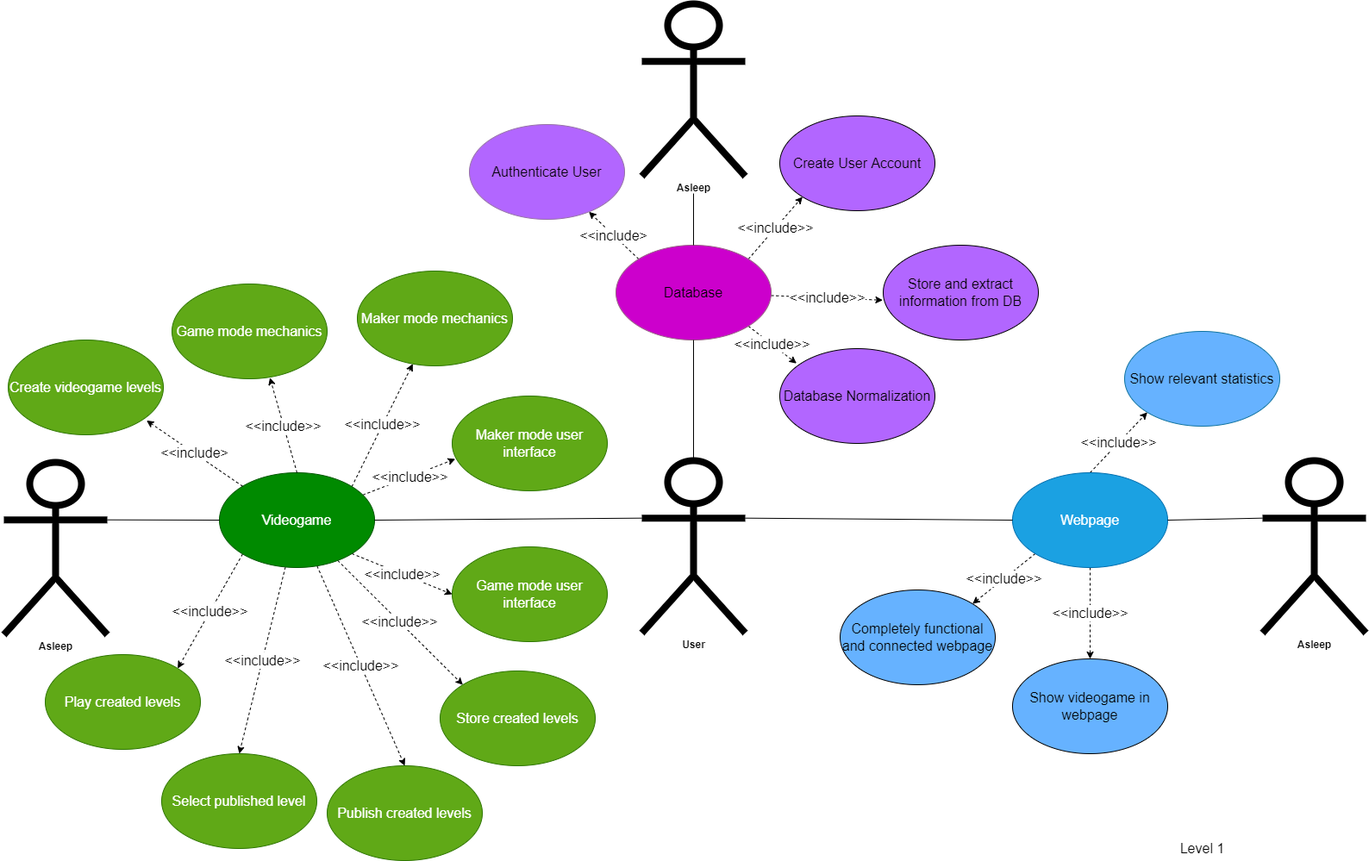
sebasgonvitec/TC2005B_Equipo3 keeps this draw.io diagram as Esp Req/diagramas/CasosUso.drawio.png. Above is the earlier version. Source tidied: cells renumbered, new cells last; positions are measured from the earlier drawing's top-left corner, leaving out a move shared by most shapes.
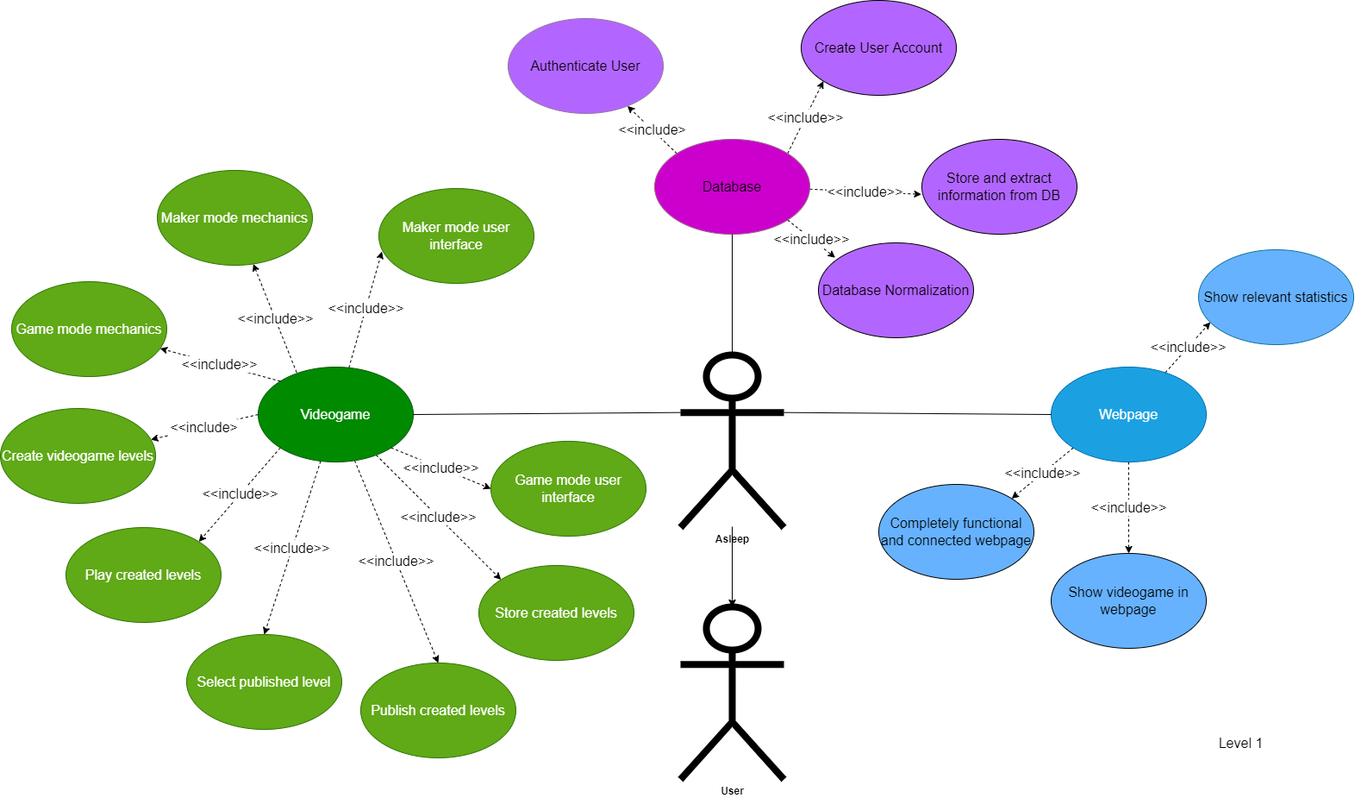
Later version of the same file.

Commit message:
Corrección diagrama

What changed in the source:
```diff
@@ -2,12 +2,15 @@
   <root>
     <mxCell id="0" />
     <mxCell id="1" parent="0" />
+    <mxCell id="48" style="edgeStyle=none;html=1;" parent="1" edge="1" source="2" target="50">
+      <mxGeometry relative="1" as="geometry" />
+    </mxCell>
+    <mxCell id="49" style="edgeStyle=none;html=1;" parent="1" edge="1" source="2" target="50">
+      <mxGeometry relative="1" as="geometry" />
+    </mxCell>
-    <mxCell id="2" value="&lt;b&gt;&lt;font color=&quot;#000000&quot;&gt;User&lt;/font&gt;&lt;/b&gt;" style="shape=umlActor;html=1;verticalLabelPosition=bottom;verticalAlign=top;align=center;strokeWidth=8;strokeColor=#000000;fillColor=#FFFFFF;" parent="1" vertex="1">
+    <mxCell id="2" value="&lt;b&gt;&lt;font color=&quot;#000000&quot;&gt;Asleep&lt;br&gt;&lt;br&gt;&lt;/font&gt;&lt;/b&gt;" style="shape=umlActor;html=1;verticalLabelPosition=bottom;verticalAlign=top;align=center;strokeWidth=8;strokeColor=#000000;fillColor=#FFFFFF;" parent="1" vertex="1">
       <mxGeometry x="740" y="530" width="120" height="200" as="geometry" />
     </mxCell>
-    <mxCell id="3" value="&lt;font color=&quot;#000000&quot;&gt;&lt;b&gt;Asleep&lt;/b&gt;&lt;/font&gt;" style="shape=umlActor;html=1;verticalLabelPosition=bottom;verticalAlign=top;align=center;strokeWidth=8;strokeColor=#000000;fillColor=#FFFFFF;" parent="1" vertex="1">
-      <mxGeometry y="532" width="120" height="200" as="geometry" />
-    </mxCell>
     <mxCell id="4" value="&lt;font color=&quot;#000000&quot; style=&quot;background-color: rgb(255 , 255 , 255)&quot;&gt;&amp;lt;&amp;lt;include&amp;gt;&lt;/font&gt;" style="edgeStyle=none;html=1;exitX=0;exitY=0;exitDx=0;exitDy=0;dashed=1;fontSize=16;strokeColor=#000000;" parent="1" edge="1" source="8" target="41">
       <mxGeometry relative="1" as="geometry" />
     </mxCell>
@@ -29,13 +32,13 @@
     <mxCell id="10" value="&lt;font color=&quot;#000000&quot; style=&quot;background-color: rgb(255 , 255 , 255)&quot;&gt;&amp;lt;&amp;lt;include&amp;gt;&amp;gt;&lt;/font&gt;" style="edgeStyle=none;html=1;entryX=0.5;entryY=0;entryDx=0;entryDy=0;dashed=1;fontSize=16;strokeColor=#000000;" parent="1" edge="1" source="12" target="46">
       <mxGeometry relative="1" as="geometry" />
     </mxCell>
-    <mxCell id="11" value="&lt;font color=&quot;#000000&quot; style=&quot;background-color: rgb(255 , 255 , 255)&quot;&gt;&amp;lt;&amp;lt;include&amp;gt;&amp;gt;&lt;/font&gt;" style="edgeStyle=none;html=1;exitX=0.5;exitY=0;exitDx=0;exitDy=0;entryX=0;entryY=1;entryDx=0;entryDy=0;dashed=1;fontSize=16;strokeColor=#000000;" parent="1" edge="1" source="12" target="47">
+    <mxCell id="11" value="&lt;font color=&quot;#000000&quot; style=&quot;background-color: rgb(255 , 255 , 255)&quot;&gt;&amp;lt;&amp;lt;include&amp;gt;&amp;gt;&lt;/font&gt;" style="edgeStyle=none;html=1;entryX=0.076;entryY=0.764;entryDx=0;entryDy=0;dashed=1;fontSize=16;strokeColor=#000000;entryPerimeter=0;" parent="1" edge="1" source="12" target="47">
       <mxGeometry relative="1" as="geometry" />
     </mxCell>
     <mxCell id="12" value="&lt;font style=&quot;font-size: 16px&quot;&gt;Webpage&lt;/font&gt;" style="ellipse;whiteSpace=wrap;html=1;fillColor=#1ba1e2;strokeColor=#006EAF;fontColor=#ffffff;" parent="1" vertex="1">
       <mxGeometry x="1170" y="544" width="180" height="110" as="geometry" />
     </mxCell>
-    <mxCell id="13" value="&lt;font color=&quot;#000000&quot; style=&quot;background-color: rgb(255 , 255 , 255)&quot;&gt;&amp;lt;&amp;lt;include&amp;gt;&amp;gt;&lt;/font&gt;" style="edgeStyle=none;html=1;exitX=1;exitY=0;exitDx=0;exitDy=0;dashed=1;fontSize=16;strokeColor=#000000;" parent="1" edge="1" source="20" target="31">
+    <mxCell id="13" value="&lt;font color=&quot;#000000&quot; style=&quot;background-color: rgb(255 , 255 , 255)&quot;&gt;&amp;lt;&amp;lt;include&amp;gt;&amp;gt;&lt;/font&gt;" style="edgeStyle=none;html=1;exitX=0.248;exitY=0.057;exitDx=0;exitDy=0;dashed=1;fontSize=16;strokeColor=#000000;exitPerimeter=0;" parent="1" edge="1" source="20" target="31">
       <mxGeometry relative="1" as="geometry" />
     </mxCell>
     <mxCell id="14" value="&lt;font color=&quot;#000000&quot; style=&quot;background-color: rgb(255 , 255 , 255)&quot;&gt;&amp;lt;&amp;lt;include&amp;gt;&amp;gt;&lt;/font&gt;" style="edgeStyle=none;html=1;entryX=0.02;entryY=0.664;entryDx=0;entryDy=0;entryPerimeter=0;dashed=1;fontSize=16;strokeColor=#000000;" parent="1" edge="1" source="20" target="33">
@@ -62,12 +65,6 @@
     <mxCell id="21" value="&lt;font style=&quot;font-size: 16px&quot;&gt;&lt;font color=&quot;#000000&quot;&gt;Level 1&lt;/font&gt;&lt;br&gt;&lt;/font&gt;" style="text;html=1;align=center;verticalAlign=middle;strokeColor=none;fillColor=none;fontSize=14;" parent="1" vertex="1">
       <mxGeometry x="1355" y="970" width="70" height="20" as="geometry" />
     </mxCell>
-    <mxCell id="22" value="&lt;font color=&quot;#000000&quot;&gt;&lt;b&gt;Asleep&lt;/b&gt;&lt;/font&gt;" style="shape=umlActor;html=1;verticalLabelPosition=bottom;verticalAlign=top;align=center;strokeWidth=8;strokeColor=#000000;fillColor=#FFFFFF;" parent="1" vertex="1">
-      <mxGeometry x="740" width="120" height="200" as="geometry" />
-    </mxCell>
-    <mxCell id="23" value="&lt;b&gt;&lt;font color=&quot;#000000&quot;&gt;Asleep&lt;/font&gt;&lt;/b&gt;" style="shape=umlActor;html=1;verticalLabelPosition=bottom;verticalAlign=top;align=center;strokeWidth=8;strokeColor=#000000;fillColor=#FFFFFF;" parent="1" vertex="1">
-      <mxGeometry x="1460" y="530" width="120" height="200" as="geometry" />
-    </mxCell>
     <mxCell id="24" style="endArrow=none;html=1;entryX=0.5;entryY=1;entryDx=0;entryDy=0;exitX=0.5;exitY=0;exitDx=0;exitDy=0;exitPerimeter=0;strokeColor=#000000;" parent="1" edge="1" source="2" target="8">
       <mxGeometry relative="1" as="geometry" />
     </mxCell>
@@ -77,28 +74,17 @@
     <mxCell id="26" style="endArrow=none;html=1;exitX=1;exitY=0.3333333333333333;exitDx=0;exitDy=0;exitPerimeter=0;entryX=0;entryY=0.5;entryDx=0;entryDy=0;strokeColor=#000000;" parent="1" edge="1" source="2" target="12">
       <mxGeometry relative="1" as="geometry" />
     </mxCell>
-    <mxCell id="27" style="endArrow=none;html=1;exitX=1;exitY=0.3333333333333333;exitDx=0;exitDy=0;exitPerimeter=0;entryX=0;entryY=0.5;entryDx=0;entryDy=0;strokeColor=#000000;" parent="1" edge="1" source="3" target="20">
-      <mxGeometry relative="1" as="geometry" />
-    </mxCell>
-    <mxCell id="28" style="endArrow=none;html=1;exitX=1;exitY=0.5;exitDx=0;exitDy=0;entryX=0;entryY=0.3333333333333333;entryDx=0;entryDy=0;entryPerimeter=0;strokeColor=#000000;" parent="1" edge="1" source="12" target="23">
-      <mxGeometry relative="1" as="geometry" />
-    </mxCell>
-    <mxCell id="29" style="endArrow=none;html=1;exitX=0.5;exitY=0;exitDx=0;exitDy=0;strokeColor=#000000;" parent="1" edge="1" source="8">
-      <mxGeometry relative="1" as="geometry">
-        <mxPoint x="800" y="220" as="targetPoint" />
-      </mxGeometry>
-    </mxCell>
     <mxCell id="30" value="&lt;font style=&quot;font-size: 16px&quot;&gt;Create videogame levels&lt;/font&gt;" style="ellipse;whiteSpace=wrap;html=1;fillColor=#60a917;fontColor=#ffffff;strokeColor=#2D7600;" parent="1" vertex="1">
-      <mxGeometry x="5" y="390" width="180" height="110" as="geometry" />
+      <mxGeometry x="-49" y="592" width="180" height="110" as="geometry" />
     </mxCell>
     <mxCell id="31" value="&lt;font style=&quot;font-size: 16px&quot;&gt;Maker mode mechanics&lt;/font&gt;" style="ellipse;whiteSpace=wrap;html=1;fillColor=#60a917;fontColor=#ffffff;strokeColor=#2D7600;" parent="1" vertex="1">
-      <mxGeometry x="410" y="310" width="180" height="110" as="geometry" />
+      <mxGeometry x="133" y="316" width="180" height="110" as="geometry" />
     </mxCell>
     <mxCell id="32" value="&lt;font style=&quot;font-size: 16px&quot;&gt;Game mode mechanics&lt;/font&gt;" style="ellipse;whiteSpace=wrap;html=1;fillColor=#60a917;fontColor=#ffffff;strokeColor=#2D7600;" parent="1" vertex="1">
-      <mxGeometry x="195" y="325" width="180" height="110" as="geometry" />
+      <mxGeometry x="-36" y="445" width="180" height="110" as="geometry" />
     </mxCell>
     <mxCell id="33" value="&lt;span style=&quot;font-size: 16px&quot;&gt;Maker mode user interface&lt;/span&gt;" style="ellipse;whiteSpace=wrap;html=1;fillColor=#60a917;fontColor=#ffffff;strokeColor=#2D7600;" parent="1" vertex="1">
-      <mxGeometry x="520" y="455" width="180" height="110" as="geometry" />
+      <mxGeometry x="390" y="337" width="180" height="110" as="geometry" />
     </mxCell>
     <mxCell id="34" value="&lt;span style=&quot;font-size: 16px&quot;&gt;Game mode user interface&lt;/span&gt;" style="ellipse;whiteSpace=wrap;html=1;fillColor=#60a917;fontColor=#ffffff;strokeColor=#2D7600;" parent="1" vertex="1">
       <mxGeometry x="520" y="630" width="180" height="110" as="geometry" />
@@ -107,25 +93,25 @@
       <mxGeometry x="506" y="774" width="180" height="110" as="geometry" />
     </mxCell>
     <mxCell id="36" value="&lt;span style=&quot;font-size: 16px&quot;&gt;Publish created levels&lt;/span&gt;" style="ellipse;whiteSpace=wrap;html=1;fillColor=#60a917;fontColor=#ffffff;strokeColor=#2D7600;" parent="1" vertex="1">
-      <mxGeometry x="375" y="884" width="180" height="110" as="geometry" />
+      <mxGeometry x="369" y="887" width="180" height="110" as="geometry" />
     </mxCell>
     <mxCell id="37" value="&lt;span style=&quot;font-size: 16px&quot;&gt;Select published level&lt;/span&gt;" style="ellipse;whiteSpace=wrap;html=1;fillColor=#60a917;fontColor=#ffffff;strokeColor=#2D7600;" parent="1" vertex="1">
-      <mxGeometry x="183" y="870" width="180" height="110" as="geometry" />
+      <mxGeometry x="167" y="854" width="180" height="110" as="geometry" />
     </mxCell>
     <mxCell id="38" value="&lt;span style=&quot;font-size: 16px&quot;&gt;Play created levels&lt;/span&gt;" style="ellipse;whiteSpace=wrap;html=1;fillColor=#60a917;fontColor=#ffffff;strokeColor=#2D7600;" parent="1" vertex="1">
-      <mxGeometry x="48" y="755" width="180" height="110" as="geometry" />
+      <mxGeometry x="27" y="730" width="180" height="110" as="geometry" />
     </mxCell>
-    <mxCell id="39" value="&lt;font color=&quot;#000000&quot; style=&quot;background-color: rgb(255 , 255 , 255)&quot;&gt;&amp;lt;&amp;lt;include&amp;gt;&amp;gt;&lt;/font&gt;" style="endArrow=classic;html=1;fontSize=16;dashed=1;entryX=0.631;entryY=0.989;entryDx=0;entryDy=0;exitX=0.5;exitY=0;exitDx=0;exitDy=0;entryPerimeter=0;strokeColor=#000000;" parent="1" edge="1" source="20" target="32">
+    <mxCell id="39" value="&lt;font color=&quot;#000000&quot; style=&quot;background-color: rgb(255 , 255 , 255)&quot;&gt;&amp;lt;&amp;lt;include&amp;gt;&amp;gt;&lt;/font&gt;" style="endArrow=classic;html=1;fontSize=16;dashed=1;exitX=0;exitY=0;exitDx=0;exitDy=0;strokeColor=#000000;" parent="1" edge="1" source="20" target="32">
       <mxGeometry relative="1" as="geometry" />
     </mxCell>
-    <mxCell id="40" value="&lt;font color=&quot;#000000&quot; style=&quot;background-color: rgb(255 , 255 , 255)&quot;&gt;&amp;lt;&amp;lt;include&amp;gt;&lt;/font&gt;" style="endArrow=classic;html=1;fontSize=16;dashed=1;entryX=0.892;entryY=0.849;entryDx=0;entryDy=0;exitX=0;exitY=0;exitDx=0;exitDy=0;entryPerimeter=0;strokeColor=#000000;" parent="1" edge="1" source="20" target="30">
+    <mxCell id="40" value="&lt;font color=&quot;#000000&quot; style=&quot;background-color: rgb(255 , 255 , 255)&quot;&gt;&amp;lt;&amp;lt;include&amp;gt;&lt;/font&gt;" style="endArrow=classic;html=1;fontSize=16;dashed=1;exitX=0;exitY=0.5;exitDx=0;exitDy=0;strokeColor=#000000;" parent="1" edge="1" source="20" target="30">
       <mxGeometry relative="1" as="geometry" />
     </mxCell>
     <mxCell id="41" value="&lt;span style=&quot;font-size: 16px&quot;&gt;Authenticate User&lt;/span&gt;" style="ellipse;whiteSpace=wrap;html=1;fillColor=#B266FF;strokeColor=#9673a6;" parent="1" vertex="1">
       <mxGeometry x="540" y="140" width="180" height="110" as="geometry" />
     </mxCell>
     <mxCell id="42" value="&lt;span style=&quot;font-size: 16px&quot;&gt;Create User Account&lt;/span&gt;" style="ellipse;whiteSpace=wrap;html=1;fillColor=#B266FF;" parent="1" vertex="1">
-      <mxGeometry x="900" y="130" width="180" height="110" as="geometry" />
+      <mxGeometry x="880" y="119" width="180" height="110" as="geometry" />
     </mxCell>
     <mxCell id="43" value="&lt;span style=&quot;font-size: 16px&quot;&gt;Store and extract information from DB&lt;/span&gt;" style="ellipse;whiteSpace=wrap;html=1;fillColor=#B266FF;" parent="1" vertex="1">
       <mxGeometry x="1020" y="280" width="180" height="110" as="geometry" />
@@ -140,7 +126,15 @@
       <mxGeometry x="1170" y="760" width="180" height="110" as="geometry" />
     </mxCell>
     <mxCell id="47" value="&lt;span style=&quot;font-size: 16px&quot;&gt;Show relevant statistics&lt;/span&gt;" style="ellipse;whiteSpace=wrap;html=1;fillColor=#66B2FF;strokeColor=#10739e;" parent="1" vertex="1">
-      <mxGeometry x="1300" y="380" width="180" height="110" as="geometry" />
+      <mxGeometry x="1341" y="408" width="180" height="110" as="geometry" />
     </mxCell>
+    <mxCell id="50" value="&lt;font color=&quot;#000000&quot;&gt;&lt;b&gt;User&lt;/b&gt;&lt;/font&gt;" style="shape=umlActor;html=1;verticalLabelPosition=bottom;verticalAlign=top;align=center;strokeWidth=8;strokeColor=#000000;fillColor=#FFFFFF;" parent="1" vertex="1">
+      <mxGeometry x="740" y="822" width="120" height="200" as="geometry" />
+    </mxCell>
+    <mxCell id="51" style="endArrow=none;html=1;strokeWidth=1;strokeColor=#000000;exitX=0.5;exitY=0;exitDx=0;exitDy=0;exitPerimeter=0;" parent="1" edge="1" source="50">
+      <mxGeometry relative="1" as="geometry">
+        <mxPoint x="800" y="729" as="targetPoint" />
+      </mxGeometry>
+    </mxCell>
   </root>
 </mxGraphModel>
```
